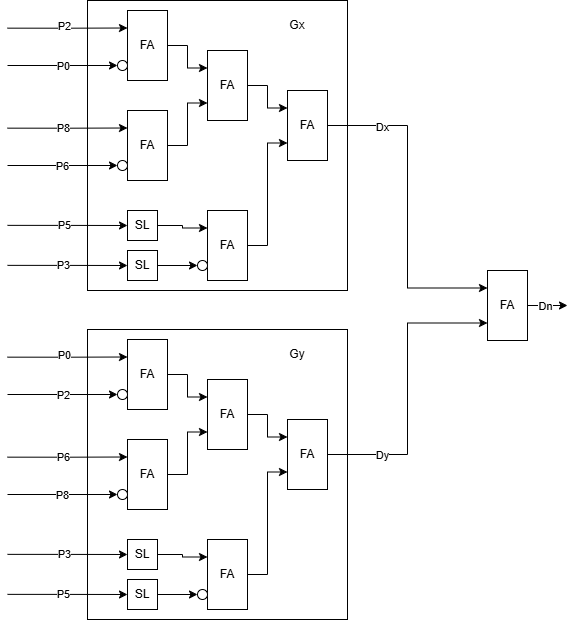
This is Assignment_2/Diagrams/Datapath_block_diagram.png from MotherFrogher/02203_Design_Of_Digital_Systems, a draw.io export, as it was before one commit. Source tidied: cells renumbered, new cells last; positions are measured from the earlier drawing's top-left corner, leaving out a move shared by most shapes.
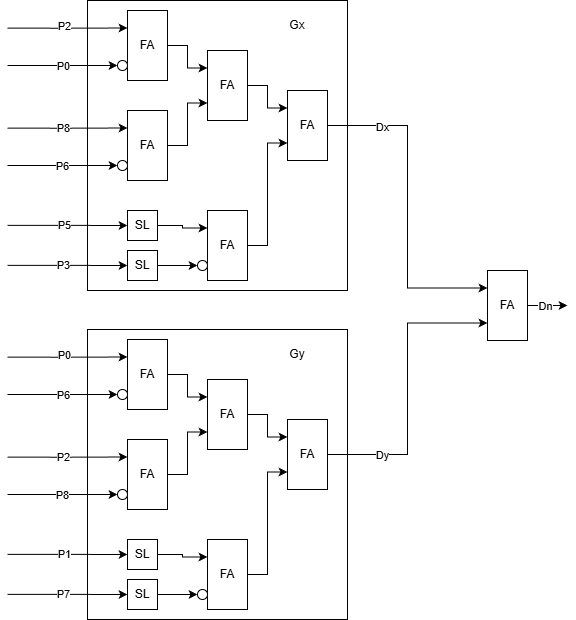
The same file after the commit.

Commit message:
Block diagram update

Change to the diagram source:
```diff
@@ -138,7 +138,7 @@
         <mxPoint y="456.7" as="sourcePoint" />
       </mxGeometry>
     </mxCell>
-    <mxCell id="40" value="P6" style="edgeLabel;html=1;align=center;verticalAlign=middle;" parent="39" vertex="1">
+    <mxCell id="40" value="P2" style="edgeLabel;html=1;align=center;verticalAlign=middle;" parent="39" vertex="1">
       <mxGeometry x="-0.07" relative="1" as="geometry" />
     </mxCell>
     <mxCell id="41" value="FA" style="rounded=0;whiteSpace=wrap;html=1;" parent="1" vertex="1">
@@ -175,7 +175,7 @@
         <mxPoint y="553.9" as="sourcePoint" />
       </mxGeometry>
     </mxCell>
-    <mxCell id="51" value="P3" style="edgeLabel;html=1;align=center;verticalAlign=middle;" parent="50" vertex="1">
+    <mxCell id="51" value="P1" style="edgeLabel;html=1;align=center;verticalAlign=middle;" parent="50" vertex="1">
       <mxGeometry x="-0.07" relative="1" as="geometry">
         <mxPoint x="1" as="offset" />
       </mxGeometry>
@@ -188,7 +188,7 @@
         <mxPoint y="593.9" as="sourcePoint" />
       </mxGeometry>
     </mxCell>
-    <mxCell id="54" value="P5" style="edgeLabel;html=1;align=center;verticalAlign=middle;" parent="53" vertex="1">
+    <mxCell id="54" value="P7" style="edgeLabel;html=1;align=center;verticalAlign=middle;" parent="53" vertex="1">
       <mxGeometry x="-0.08" relative="1" as="geometry">
         <mxPoint x="1" as="offset" />
       </mxGeometry>
@@ -204,7 +204,7 @@
         <mxPoint y="394" as="sourcePoint" />
       </mxGeometry>
     </mxCell>
-    <mxCell id="58" value="P2" style="edgeLabel;html=1;align=center;verticalAlign=middle;" parent="57" vertex="1">
+    <mxCell id="58" value="P6" style="edgeLabel;html=1;align=center;verticalAlign=middle;" parent="57" vertex="1">
       <mxGeometry relative="1" as="geometry" />
     </mxCell>
     <mxCell id="59" style="ellipse;whiteSpace=wrap;html=1;" parent="1" vertex="1">
```
